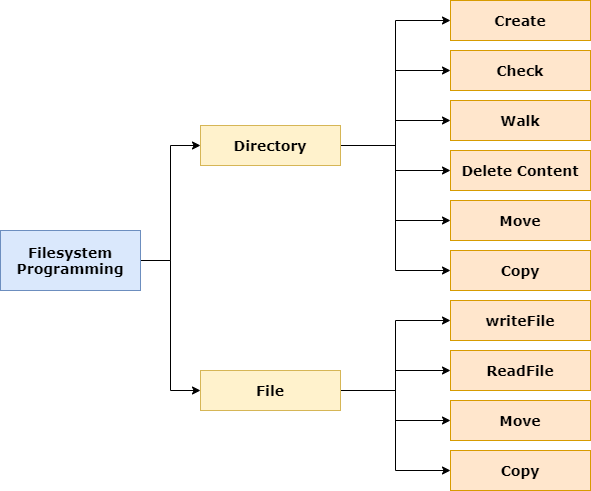
Before: Assets/DenoProcess-FileSystemProgramming.png, a diagram exported from draw.io (gungunfebrianza/Belajar-Dengan-Jenius-DenoTheWKWKLand). Source tidied: cells renumbered, new cells last; positions are measured from the earlier drawing's top-left corner, leaving out a move shared by most shapes.
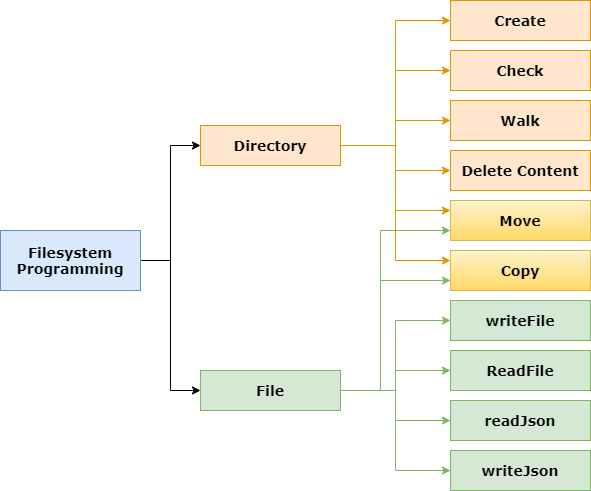
Above is the later version.

Commit message:
Add Asset FileSystemProgramming

What changed in the source:
```diff
@@ -11,40 +11,56 @@
     <mxCell id="4" value="&lt;b&gt;&lt;font style=&quot;font-size: 14px&quot;&gt;Filesystem Programming&lt;/font&gt;&lt;/b&gt;" style="rounded=0;whiteSpace=wrap;html=1;glass=0;fontFamily=Verdana;fillColor=#dae8fc;strokeColor=#6c8ebf;" parent="1" vertex="1">
       <mxGeometry y="230" width="140" height="60" as="geometry" />
     </mxCell>
-    <mxCell id="5" style="edgeStyle=orthogonalEdgeStyle;rounded=0;jettySize=auto;html=1;exitX=1;exitY=0.5;exitDx=0;exitDy=0;entryX=0;entryY=0.5;entryDx=0;entryDy=0;" parent="1" edge="1" source="9" target="23">
+    <mxCell id="5" style="edgeStyle=orthogonalEdgeStyle;rounded=0;jettySize=auto;html=1;exitX=1;exitY=0.5;exitDx=0;exitDy=0;entryX=0;entryY=0.5;entryDx=0;entryDy=0;fillColor=#d5e8d4;strokeColor=#82b366;" parent="1" edge="1" source="9" target="23">
       <mxGeometry relative="1" as="geometry" />
     </mxCell>
-    <mxCell id="6" style="edgeStyle=orthogonalEdgeStyle;rounded=0;jettySize=auto;html=1;exitX=1;exitY=0.5;exitDx=0;exitDy=0;entryX=0;entryY=0.5;entryDx=0;entryDy=0;" parent="1" edge="1" source="9" target="26">
+    <mxCell id="6" style="edgeStyle=orthogonalEdgeStyle;rounded=0;jettySize=auto;html=1;exitX=1;exitY=0.5;exitDx=0;exitDy=0;entryX=0;entryY=0.5;entryDx=0;entryDy=0;fillColor=#d5e8d4;strokeColor=#82b366;" parent="1" edge="1" source="9" target="26">
       <mxGeometry relative="1" as="geometry" />
     </mxCell>
-    <mxCell id="7" style="edgeStyle=orthogonalEdgeStyle;rounded=0;jettySize=auto;html=1;exitX=1;exitY=0.5;exitDx=0;exitDy=0;" parent="1" edge="1" source="9" target="24">
+    <mxCell id="7" style="edgeStyle=orthogonalEdgeStyle;rounded=0;jettySize=auto;html=1;exitX=1;exitY=0.5;exitDx=0;exitDy=0;fillColor=#d5e8d4;strokeColor=#82b366;" parent="1" edge="1" source="9" target="24">
       <mxGeometry relative="1" as="geometry" />
     </mxCell>
-    <mxCell id="8" style="edgeStyle=orthogonalEdgeStyle;rounded=0;jettySize=auto;html=1;exitX=1;exitY=0.5;exitDx=0;exitDy=0;" parent="1" edge="1" source="9" target="25">
+    <mxCell id="8" style="edgeStyle=orthogonalEdgeStyle;rounded=0;jettySize=auto;html=1;exitX=1;exitY=0.5;exitDx=0;exitDy=0;fillColor=#d5e8d4;strokeColor=#82b366;" parent="1" edge="1" source="9" target="25">
       <mxGeometry relative="1" as="geometry" />
     </mxCell>
+    <mxCell id="27" style="edgeStyle=orthogonalEdgeStyle;rounded=0;jettySize=auto;html=1;exitX=1;exitY=0.5;exitDx=0;exitDy=0;entryX=0;entryY=0.75;entryDx=0;entryDy=0;fillColor=#d5e8d4;strokeColor=#82b366;" parent="1" edge="1" source="9" target="21">
+      <mxGeometry relative="1" as="geometry">
+        <Array as="points">
+          <mxPoint x="380" y="390" />
+          <mxPoint x="380" y="280" />
+        </Array>
+      </mxGeometry>
+    </mxCell>
+    <mxCell id="28" style="edgeStyle=orthogonalEdgeStyle;rounded=0;jettySize=auto;html=1;exitX=1;exitY=0.5;exitDx=0;exitDy=0;entryX=0;entryY=0.75;entryDx=0;entryDy=0;fillColor=#d5e8d4;strokeColor=#82b366;" parent="1" edge="1" source="9" target="20">
+      <mxGeometry relative="1" as="geometry">
+        <Array as="points">
+          <mxPoint x="380" y="390" />
+          <mxPoint x="380" y="230" />
+        </Array>
+      </mxGeometry>
+    </mxCell>
-    <mxCell id="9" value="&lt;b&gt;&lt;font style=&quot;font-size: 14px&quot;&gt;File&lt;/font&gt;&lt;/b&gt;" style="rounded=0;whiteSpace=wrap;html=1;glass=0;fontFamily=Verdana;fillColor=#fff2cc;strokeColor=#d6b656;" parent="1" vertex="1">
+    <mxCell id="9" value="&lt;b&gt;&lt;font style=&quot;font-size: 14px&quot;&gt;File&lt;/font&gt;&lt;/b&gt;" style="rounded=0;whiteSpace=wrap;html=1;glass=0;fontFamily=Verdana;fillColor=#d5e8d4;strokeColor=#82b366;" parent="1" vertex="1">
       <mxGeometry x="200" y="370" width="140" height="40" as="geometry" />
     </mxCell>
-    <mxCell id="10" style="edgeStyle=orthogonalEdgeStyle;rounded=0;jettySize=auto;html=1;exitX=1;exitY=0.5;exitDx=0;exitDy=0;entryX=0;entryY=0.5;entryDx=0;entryDy=0;" parent="1" edge="1" source="16" target="17">
+    <mxCell id="10" style="edgeStyle=orthogonalEdgeStyle;rounded=0;jettySize=auto;html=1;exitX=1;exitY=0.5;exitDx=0;exitDy=0;entryX=0;entryY=0.5;entryDx=0;entryDy=0;fillColor=#ffe6cc;strokeColor=#d79b00;" parent="1" edge="1" source="16" target="17">
       <mxGeometry relative="1" as="geometry" />
     </mxCell>
-    <mxCell id="11" style="edgeStyle=orthogonalEdgeStyle;rounded=0;jettySize=auto;html=1;exitX=1;exitY=0.5;exitDx=0;exitDy=0;entryX=0;entryY=0.5;entryDx=0;entryDy=0;" parent="1" edge="1" source="16" target="18">
+    <mxCell id="11" style="edgeStyle=orthogonalEdgeStyle;rounded=0;jettySize=auto;html=1;exitX=1;exitY=0.5;exitDx=0;exitDy=0;entryX=0;entryY=0.5;entryDx=0;entryDy=0;fillColor=#ffe6cc;strokeColor=#d79b00;" parent="1" edge="1" source="16" target="18">
       <mxGeometry relative="1" as="geometry" />
     </mxCell>
-    <mxCell id="12" style="edgeStyle=orthogonalEdgeStyle;rounded=0;jettySize=auto;html=1;exitX=1;exitY=0.5;exitDx=0;exitDy=0;entryX=0;entryY=0.5;entryDx=0;entryDy=0;" parent="1" edge="1" source="16" target="22">
+    <mxCell id="12" style="edgeStyle=orthogonalEdgeStyle;rounded=0;jettySize=auto;html=1;exitX=1;exitY=0.5;exitDx=0;exitDy=0;entryX=0;entryY=0.5;entryDx=0;entryDy=0;fillColor=#ffe6cc;strokeColor=#d79b00;" parent="1" edge="1" source="16" target="22">
       <mxGeometry relative="1" as="geometry" />
     </mxCell>
-    <mxCell id="13" style="edgeStyle=orthogonalEdgeStyle;rounded=0;jettySize=auto;html=1;exitX=1;exitY=0.5;exitDx=0;exitDy=0;" parent="1" edge="1" source="16" target="19">
+    <mxCell id="13" style="edgeStyle=orthogonalEdgeStyle;rounded=0;jettySize=auto;html=1;exitX=1;exitY=0.5;exitDx=0;exitDy=0;fillColor=#ffe6cc;strokeColor=#d79b00;" parent="1" edge="1" source="16" target="19">
       <mxGeometry relative="1" as="geometry" />
     </mxCell>
-    <mxCell id="14" style="edgeStyle=orthogonalEdgeStyle;rounded=0;jettySize=auto;html=1;exitX=1;exitY=0.5;exitDx=0;exitDy=0;entryX=0;entryY=0.5;entryDx=0;entryDy=0;" parent="1" edge="1" source="16" target="20">
+    <mxCell id="14" style="edgeStyle=orthogonalEdgeStyle;rounded=0;jettySize=auto;html=1;exitX=1;exitY=0.5;exitDx=0;exitDy=0;entryX=0;entryY=0.25;entryDx=0;entryDy=0;fillColor=#ffe6cc;strokeColor=#d79b00;" parent="1" edge="1" source="16" target="20">
       <mxGeometry relative="1" as="geometry" />
     </mxCell>
-    <mxCell id="15" style="edgeStyle=orthogonalEdgeStyle;rounded=0;jettySize=auto;html=1;exitX=1;exitY=0.5;exitDx=0;exitDy=0;entryX=0;entryY=0.5;entryDx=0;entryDy=0;" parent="1" edge="1" source="16" target="21">
+    <mxCell id="15" style="edgeStyle=orthogonalEdgeStyle;rounded=0;jettySize=auto;html=1;exitX=1;exitY=0.5;exitDx=0;exitDy=0;entryX=0;entryY=0.25;entryDx=0;entryDy=0;fillColor=#ffe6cc;strokeColor=#d79b00;" parent="1" edge="1" source="16" target="21">
       <mxGeometry relative="1" as="geometry" />
     </mxCell>
-    <mxCell id="16" value="&lt;b&gt;&lt;font style=&quot;font-size: 14px&quot;&gt;Directory&lt;/font&gt;&lt;/b&gt;" style="rounded=0;whiteSpace=wrap;html=1;glass=0;fontFamily=Verdana;fillColor=#fff2cc;strokeColor=#d6b656;" parent="1" vertex="1">
+    <mxCell id="16" value="&lt;b&gt;&lt;font style=&quot;font-size: 14px&quot;&gt;Directory&lt;/font&gt;&lt;/b&gt;" style="rounded=0;whiteSpace=wrap;html=1;glass=0;fontFamily=Verdana;fillColor=#ffe6cc;strokeColor=#d79b00;" parent="1" vertex="1">
       <mxGeometry x="200" y="125" width="140" height="40" as="geometry" />
     </mxCell>
     <mxCell id="17" value="&lt;b&gt;&lt;font style=&quot;font-size: 14px&quot;&gt;Create&lt;/font&gt;&lt;/b&gt;" style="rounded=0;whiteSpace=wrap;html=1;glass=0;fontFamily=Verdana;fillColor=#ffe6cc;strokeColor=#d79b00;" parent="1" vertex="1">
@@ -56,26 +72,32 @@
     <mxCell id="19" value="&lt;b&gt;&lt;font style=&quot;font-size: 14px&quot;&gt;Delete Content&lt;/font&gt;&lt;/b&gt;" style="rounded=0;whiteSpace=wrap;html=1;glass=0;fontFamily=Verdana;fillColor=#ffe6cc;strokeColor=#d79b00;" parent="1" vertex="1">
       <mxGeometry x="450" y="150" width="140" height="40" as="geometry" />
     </mxCell>
-    <mxCell id="20" value="&lt;b&gt;&lt;font style=&quot;font-size: 14px&quot;&gt;Move&lt;/font&gt;&lt;/b&gt;" style="rounded=0;whiteSpace=wrap;html=1;glass=0;fontFamily=Verdana;fillColor=#ffe6cc;strokeColor=#d79b00;" parent="1" vertex="1">
+    <mxCell id="20" value="&lt;b&gt;&lt;font style=&quot;font-size: 14px&quot;&gt;Move&lt;/font&gt;&lt;/b&gt;" style="rounded=0;whiteSpace=wrap;html=1;glass=0;fontFamily=Verdana;fillColor=#fff2cc;strokeColor=#d6b656;gradientColor=#ffd966;" parent="1" vertex="1">
       <mxGeometry x="450" y="200" width="140" height="40" as="geometry" />
     </mxCell>
-    <mxCell id="21" value="&lt;b&gt;&lt;font style=&quot;font-size: 14px&quot;&gt;Copy&lt;/font&gt;&lt;/b&gt;" style="rounded=0;whiteSpace=wrap;html=1;glass=0;fontFamily=Verdana;fillColor=#ffe6cc;strokeColor=#d79b00;" parent="1" vertex="1">
+    <mxCell id="21" value="&lt;b&gt;&lt;font style=&quot;font-size: 14px&quot;&gt;Copy&lt;/font&gt;&lt;/b&gt;" style="rounded=0;whiteSpace=wrap;html=1;glass=0;fontFamily=Verdana;fillColor=#fff2cc;strokeColor=#d6b656;gradientColor=#ffd966;" parent="1" vertex="1">
       <mxGeometry x="450" y="250" width="140" height="40" as="geometry" />
     </mxCell>
     <mxCell id="22" value="&lt;b&gt;&lt;font style=&quot;font-size: 14px&quot;&gt;Walk&lt;/font&gt;&lt;/b&gt;" style="rounded=0;whiteSpace=wrap;html=1;glass=0;fontFamily=Verdana;fillColor=#ffe6cc;strokeColor=#d79b00;" parent="1" vertex="1">
       <mxGeometry x="450" y="100" width="140" height="40" as="geometry" />
     </mxCell>
-    <mxCell id="23" value="&lt;span style=&quot;font-size: 14px&quot;&gt;&lt;b&gt;writeFile&lt;/b&gt;&lt;/span&gt;" style="rounded=0;whiteSpace=wrap;html=1;glass=0;fontFamily=Verdana;fillColor=#ffe6cc;strokeColor=#d79b00;" parent="1" vertex="1">
+    <mxCell id="23" value="&lt;span style=&quot;font-size: 14px&quot;&gt;&lt;b&gt;writeFile&lt;/b&gt;&lt;/span&gt;" style="rounded=0;whiteSpace=wrap;html=1;glass=0;fontFamily=Verdana;fillColor=#d5e8d4;strokeColor=#82b366;" parent="1" vertex="1">
       <mxGeometry x="450" y="300" width="140" height="40" as="geometry" />
     </mxCell>
     <mxCell id="24" value="&lt;span style=&quot;font-size: 14px&quot;&gt;&lt;b&gt;ReadFile&lt;/b&gt;&lt;/span&gt;" style="rounded=0;whiteSpace=wrap;html=1;glass=0;fontFamily=Verdana;fillColor=#ffe6cc;strokeColor=#d79b00;" parent="1" vertex="1">
       <mxGeometry x="450" y="350" width="140" height="40" as="geometry" />
     </mxCell>
-    <mxCell id="25" value="&lt;b&gt;&lt;font style=&quot;font-size: 14px&quot;&gt;Move&lt;/font&gt;&lt;/b&gt;" style="rounded=0;whiteSpace=wrap;html=1;glass=0;fontFamily=Verdana;fillColor=#ffe6cc;strokeColor=#d79b00;" parent="1" vertex="1">
+    <mxCell id="25" value="&lt;b&gt;&lt;font style=&quot;font-size: 14px&quot;&gt;readJson&lt;/font&gt;&lt;/b&gt;" style="rounded=0;whiteSpace=wrap;html=1;glass=0;fontFamily=Verdana;fillColor=#d5e8d4;strokeColor=#82b366;" parent="1" vertex="1">
       <mxGeometry x="450" y="400" width="140" height="40" as="geometry" />
     </mxCell>
     <mxCell id="26" value="&lt;b&gt;&lt;font style=&quot;font-size: 14px&quot;&gt;Copy&lt;/font&gt;&lt;/b&gt;" style="rounded=0;whiteSpace=wrap;html=1;glass=0;fontFamily=Verdana;fillColor=#ffe6cc;strokeColor=#d79b00;" parent="1" vertex="1">
       <mxGeometry x="450" y="450" width="140" height="40" as="geometry" />
     </mxCell>
+    <mxCell id="29" value="&lt;span style=&quot;font-size: 14px&quot;&gt;&lt;b&gt;ReadFile&lt;/b&gt;&lt;/span&gt;" style="rounded=0;whiteSpace=wrap;html=1;glass=0;fontFamily=Verdana;fillColor=#d5e8d4;strokeColor=#82b366;" parent="1" vertex="1">
+      <mxGeometry x="450" y="350" width="140" height="40" as="geometry" />
+    </mxCell>
+    <mxCell id="30" value="&lt;span style=&quot;font-size: 14px&quot;&gt;&lt;b&gt;writeJson&lt;/b&gt;&lt;/span&gt;" style="rounded=0;whiteSpace=wrap;html=1;glass=0;fontFamily=Verdana;fillColor=#d5e8d4;strokeColor=#82b366;" parent="1" vertex="1">
+      <mxGeometry x="450" y="450" width="140" height="40" as="geometry" />
+    </mxCell>
   </root>
 </mxGraphModel>
```
